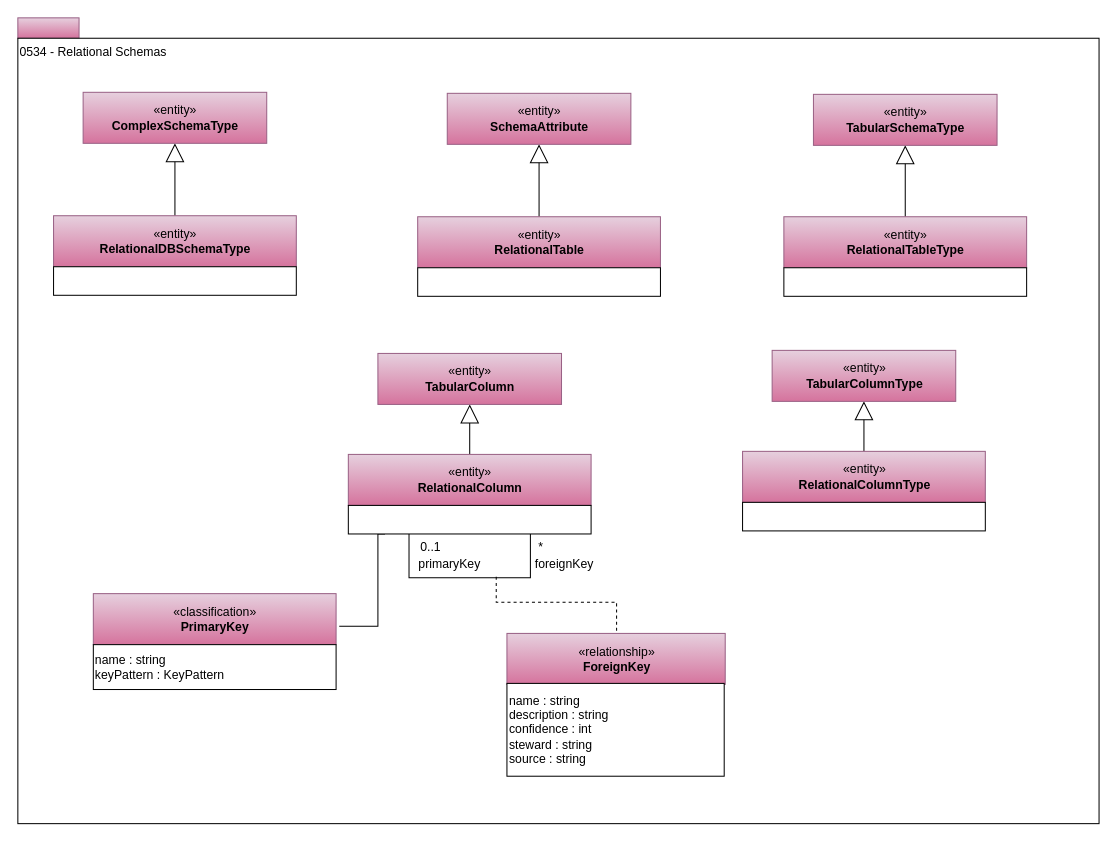
odpi/egeria keeps this draw.io diagram as page "0534-Relational-Schemas" (15 of 27) of open-metadata-publication/website/open-metadata-types/area-5-models-and-schema.drawio. Above is the earlier version. Source tidied: cells renumbered, new cells numbered last; positions are measured from the earlier drawing's top-left corner, leaving out a move shared by most shapes. Both pictures are drawn from the tidied source at 102%, with x=0, y=0 at pixel (17, 17).
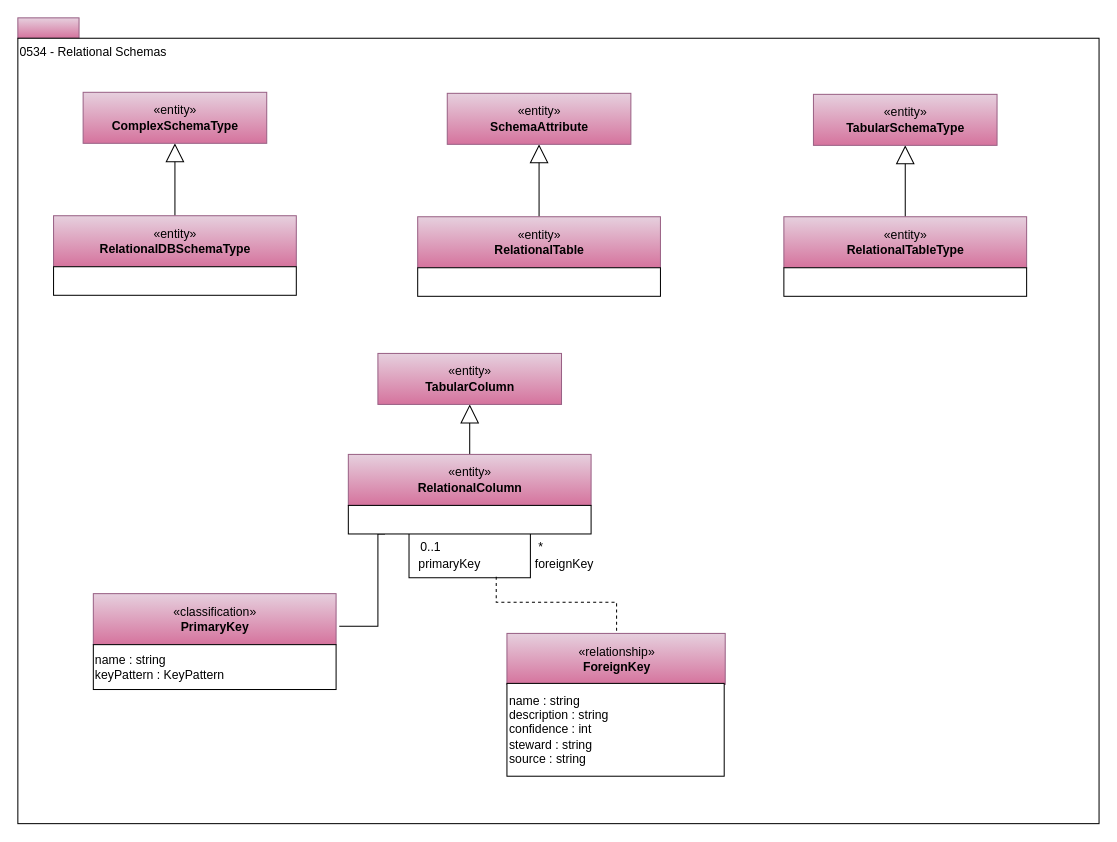
The same diagram, later.

Diff of the diagram source:
```diff
@@
-    <mxCell id="38" style="edgeStyle=orthogonalEdgeStyle;rounded=0;jettySize=auto;html=1;exitX=0.5;exitY=0;exitDx=0;exitDy=0;entryX=0.5;entryY=1;entryDx=0;entryDy=0;startSize=6;endArrow=block;endFill=0;endSize=16;" parent="1" edge="1" source="41" target="39">
-      <mxGeometry relative="1" as="geometry" />
-    </mxCell>
-    <mxCell id="39" value="«entity»&lt;br&gt;&lt;b&gt;TabularColumnType&lt;/b&gt;" style="html=1;strokeColor=#996185;align=center;fillColor=#e6d0de;gradientColor=#d5739d;" parent="1" vertex="1">
-      <mxGeometry x="739.5" y="326" width="180" height="50" as="geometry" />
-    </mxCell>
-    <mxCell id="40" style="group;" parent="1" vertex="1">
-      <mxGeometry x="710.5" y="425" width="238" height="78" as="geometry" />
-    </mxCell>
-    <mxCell id="41" value="«entity»&lt;br&gt;&lt;b&gt;RelationalColumnType&lt;/b&gt;" style="html=1;strokeColor=#996185;align=center;fillColor=#e6d0de;gradientColor=#d5739d;" parent="40" vertex="1">
-      <mxGeometry width="238" height="50" as="geometry" />
-    </mxCell>
-    <mxCell id="42" style="rounded=0;whiteSpace=wrap;html=1;strokeColor=#000000;gradientColor=#ffffff;align=left;" parent="40" vertex="1">
-      <mxGeometry y="50" width="238" height="28" as="geometry" />
-    </mxCell>
```
